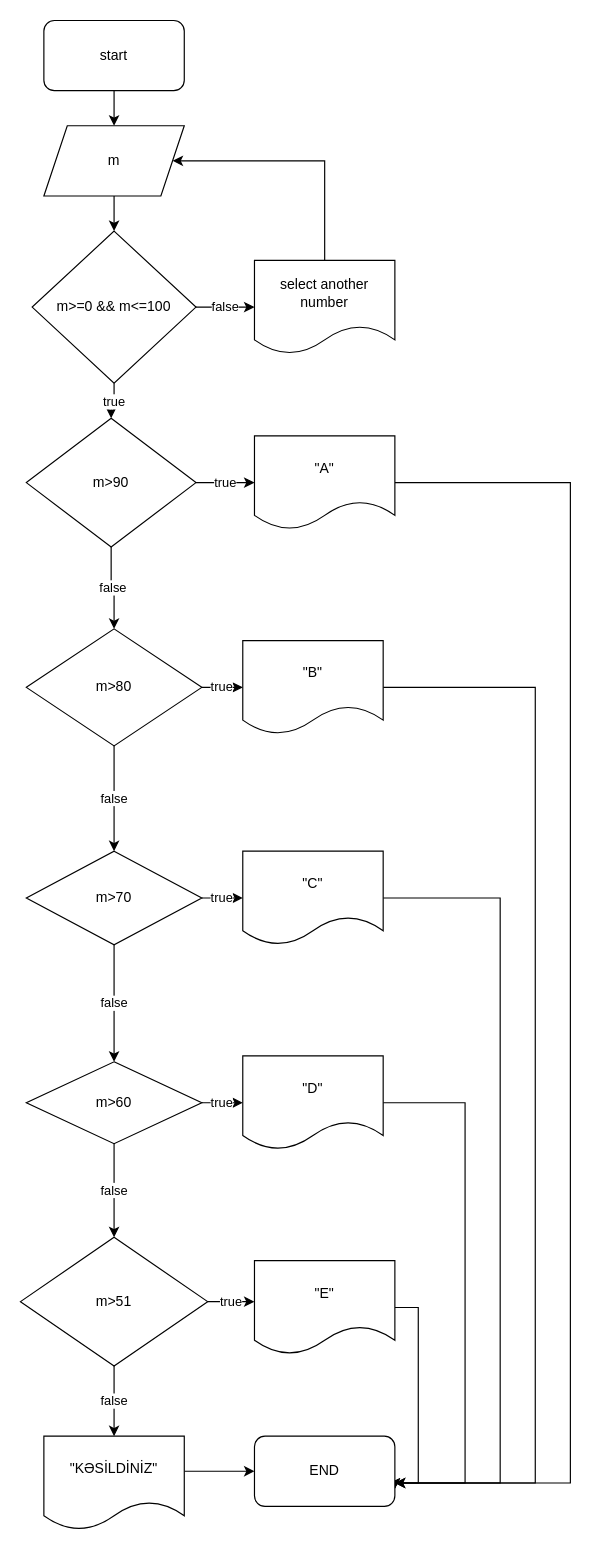
Above: Untitled Diagram.drawio in mammadlinurlan/hometask (draw.io), before the change. Source tidied: cells renumbered, new cells numbered last; positions are measured from the earlier drawing's top-left corner, leaving out a move shared by most shapes. Both pictures are drawn from the tidied source at 117%, with x=0, y=0 at pixel (20, 20).
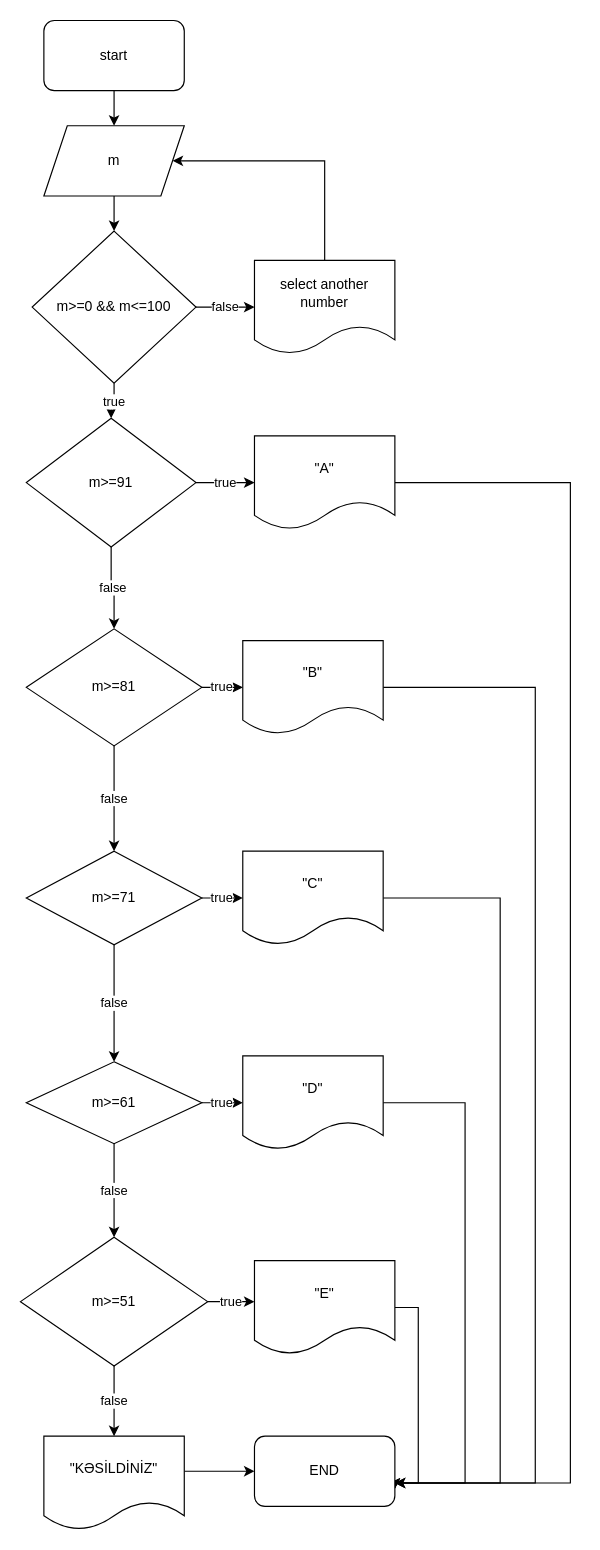
After the change.

Change to the diagram source:
```diff
@@
-    <mxCell id="13" value="m&amp;gt;90" style="rhombus;whiteSpace=wrap;html=1;" parent="1" vertex="1">
+    <mxCell id="13" value="m&amp;gt;=91" style="rhombus;whiteSpace=wrap;html=1;" parent="1" vertex="1">
       <mxGeometry x="5" y="340" width="145" height="110" as="geometry" />
     </mxCell>
@@
-    <mxCell id="18" value="m&amp;gt;80" style="rhombus;whiteSpace=wrap;html=1;" parent="1" vertex="1">
+    <mxCell id="18" value="m&amp;gt;=81" style="rhombus;whiteSpace=wrap;html=1;" parent="1" vertex="1">
       <mxGeometry x="5" y="520" width="150" height="100" as="geometry" />
     </mxCell>
@@
-    <mxCell id="23" value="m&amp;gt;70" style="rhombus;whiteSpace=wrap;html=1;" parent="1" vertex="1">
+    <mxCell id="23" value="m&amp;gt;=71" style="rhombus;whiteSpace=wrap;html=1;" parent="1" vertex="1">
       <mxGeometry x="5" y="710" width="150" height="80" as="geometry" />
     </mxCell>
@@
-    <mxCell id="28" value="m&amp;gt;60" style="rhombus;whiteSpace=wrap;html=1;" parent="1" vertex="1">
+    <mxCell id="28" value="m&amp;gt;=61" style="rhombus;whiteSpace=wrap;html=1;" parent="1" vertex="1">
       <mxGeometry x="5" y="890" width="150" height="70" as="geometry" />
     </mxCell>
@@
-    <mxCell id="33" value="m&amp;gt;51" style="rhombus;whiteSpace=wrap;html=1;" parent="1" vertex="1">
+    <mxCell id="33" value="m&amp;gt;=51" style="rhombus;whiteSpace=wrap;html=1;" parent="1" vertex="1">
       <mxGeometry y="1040" width="160" height="110" as="geometry" />
     </mxCell>
```
